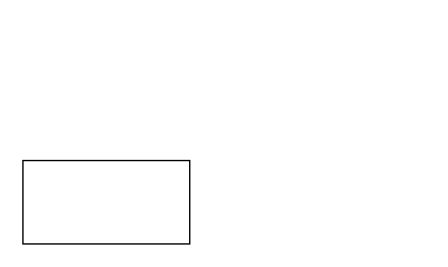
The draw.io diagram Диаграмма без названия.drawio in acherepanin/draw.io, before the edit. Source tidied: cells renumbered, new cells numbered last; positions are measured from the earlier drawing's top-left corner, leaving out a move shared by most shapes. Both pictures are drawn from the tidied source at 139%, with x=0, y=0 at pixel (22, 160).
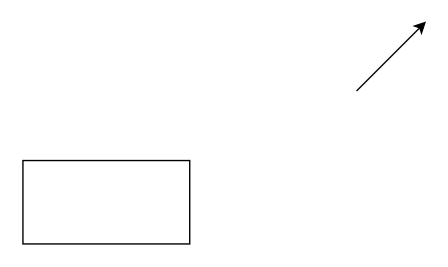
Above is the later version.

Diff of the diagram source:
```diff
@@
 <mxGraphModel>
   <root>
     <mxCell id="0" />
     <mxCell id="1" parent="0" />
     <mxCell id="2" style="rounded=0;whiteSpace=wrap;html=1;" parent="1" vertex="1">
       <mxGeometry width="120" height="60" as="geometry" />
     </mxCell>
+    <mxCell id="3" style="endArrow=classic;html=1;rounded=0;" parent="1" edge="1">
+      <mxGeometry relative="1" as="geometry">
+        <mxPoint x="240" y="-50" as="sourcePoint" />
+        <mxPoint x="290" y="-100" as="targetPoint" />
+      </mxGeometry>
+    </mxCell>
   </root>
 </mxGraphModel>
```
